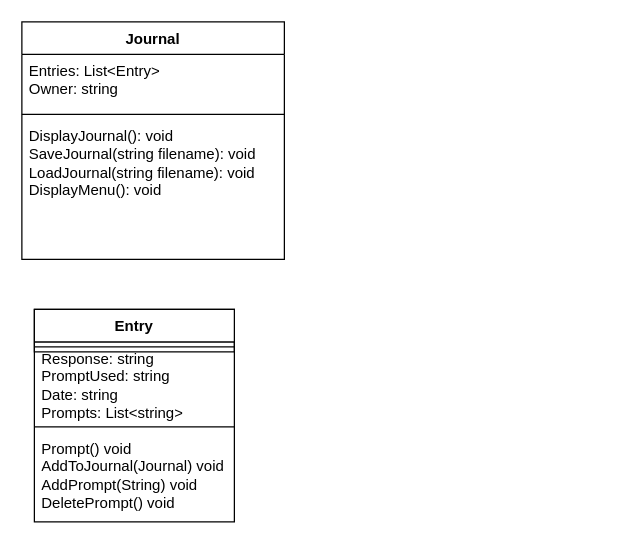
This is prove/Develop02/Journal.drawio from dcwatts007/cse210-projects, a draw.io file, before an edit. Source tidied: cells renumbered, new cells numbered last; positions are measured from the earlier drawing's top-left corner, leaving out a move shared by most shapes. Both pictures are drawn from the tidied source at 125%, with x=0, y=0 at pixel (21, 21).
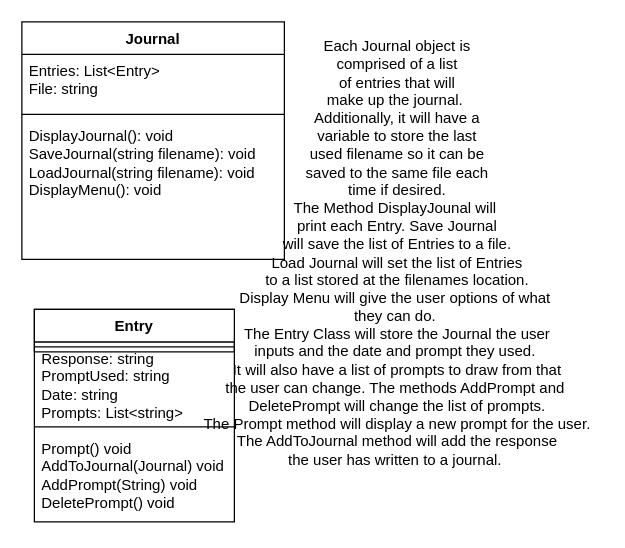
Above is the later version.

Change to the diagram source:
```diff
@@
 <mxGraphModel>
   <root>
     <mxCell id="0" />
     <mxCell id="1" parent="0" />
     <mxCell id="2" value="Classname" style="swimlane;fontStyle=1;align=center;verticalAlign=top;horizontal=1;startSize=26;whiteSpace=wrap;html=1;" parent="1" vertex="1">
       <mxGeometry x="10" y="230" width="160" height="170" as="geometry" />
     </mxCell>
     <mxCell id="3" value="Response: string&lt;br&gt;PromptUsed: string&lt;br&gt;Date: string&lt;br&gt;Prompts: List&amp;lt;string&amp;gt;" style="text;strokeColor=none;fillColor=none;align=left;verticalAlign=top;spacingLeft=4;spacingRight=4;overflow=hidden;whiteSpace=wrap;html=1;" parent="2" vertex="1">
       <mxGeometry y="26" width="160" height="64" as="geometry" />
     </mxCell>
     <mxCell id="4" style="line;strokeWidth=1;fillColor=none;align=left;verticalAlign=middle;spacingTop=-1;spacingLeft=3;spacingRight=3;labelPosition=right;strokeColor=inherit;" parent="2" vertex="1">
       <mxGeometry y="90" width="160" height="8" as="geometry" />
     </mxCell>
     <mxCell id="5" value="Prompt() void&lt;br&gt;AddToJournal(Journal) void&lt;br&gt;AddPrompt(String) void&lt;br&gt;DeletePrompt() void&lt;br&gt;" style="text;strokeColor=none;fillColor=none;align=left;verticalAlign=top;spacingLeft=4;spacingRight=4;overflow=hidden;whiteSpace=wrap;html=1;" parent="2" vertex="1">
       <mxGeometry y="98" width="160" height="72" as="geometry" />
     </mxCell>
     <mxCell id="6" value="Entry" style="swimlane;fontStyle=1;align=center;verticalAlign=top;horizontal=1;startSize=26;whiteSpace=wrap;html=1;" parent="1" vertex="1">
       <mxGeometry x="10" y="230" width="160" height="34" as="geometry" />
     </mxCell>
     <mxCell id="7" style="line;strokeWidth=1;fillColor=none;align=left;verticalAlign=middle;spacingTop=-1;spacingLeft=3;spacingRight=3;labelPosition=right;strokeColor=inherit;" parent="6" vertex="1">
       <mxGeometry y="26" width="160" height="8" as="geometry" />
     </mxCell>
     <mxCell id="8" value="Journal" style="swimlane;fontStyle=1;align=center;verticalAlign=top;horizontal=1;startSize=26;whiteSpace=wrap;html=1;" parent="1" vertex="1">
       <mxGeometry width="210" height="190" as="geometry" />
     </mxCell>
-    <mxCell id="9" value="Entries: List&amp;lt;Entry&amp;gt;&lt;br&gt;Owner: string" style="text;strokeColor=none;fillColor=none;align=left;verticalAlign=top;spacingLeft=4;spacingRight=4;overflow=hidden;whiteSpace=wrap;html=1;" parent="8" vertex="1">
+    <mxCell id="9" value="Entries: List&amp;lt;Entry&amp;gt;&lt;br&gt;File: string" style="text;strokeColor=none;fillColor=none;align=left;verticalAlign=top;spacingLeft=4;spacingRight=4;overflow=hidden;whiteSpace=wrap;html=1;" parent="8" vertex="1">
       <mxGeometry y="26" width="210" height="44" as="geometry" />
     </mxCell>
     <mxCell id="10" style="line;strokeWidth=1;fillColor=none;align=left;verticalAlign=middle;spacingTop=-1;spacingLeft=3;spacingRight=3;labelPosition=right;strokeColor=inherit;" parent="8" vertex="1">
       <mxGeometry y="70" width="210" height="8" as="geometry" />
     </mxCell>
     <mxCell id="11" value="DisplayJournal(): void&lt;br&gt;SaveJournal(string filename): void&lt;br&gt;LoadJournal(string filename): void&lt;br&gt;DisplayMenu(): void" style="text;strokeColor=none;fillColor=none;align=left;verticalAlign=top;spacingLeft=4;spacingRight=4;overflow=hidden;whiteSpace=wrap;html=1;" parent="8" vertex="1">
       <mxGeometry y="78" width="210" height="112" as="geometry" />
     </mxCell>
+    <mxCell id="12" value="Each Journal object is&lt;br&gt;comprised of a list&lt;br&gt;of entries that will&lt;br&gt;make up the journal.&amp;nbsp;&lt;br&gt;Additionally, it will have a&lt;br&gt;variable to store the last&lt;br&gt;used filename so it can be&lt;br&gt;saved to the same file each&lt;br&gt;time if desired.&lt;br&gt;The Method DisplayJounal will&amp;nbsp;&lt;br&gt;print each Entry. Save Journal&lt;br&gt;will save the list of Entries to a file.&lt;br&gt;Load Journal will set the list of Entries&lt;br&gt;to a list stored at the filenames location.&lt;br&gt;Display Menu will give the user options of what&amp;nbsp;&lt;br&gt;they can do.&amp;nbsp;&lt;br&gt;The Entry Class will store the Journal the user&lt;br&gt;inputs and the date and prompt they used.&amp;nbsp;&lt;br&gt;It will also have a list of prompts to draw from that&lt;br&gt;the user can change. The methods AddPrompt and&amp;nbsp;&lt;br&gt;DeletePrompt will change the list of prompts.&lt;br&gt;The Prompt method will display a new prompt for the user.&lt;br&gt;The AddToJournal method will add the response&lt;br&gt;the user has written to a journal.&amp;nbsp;" style="text;html=1;align=center;verticalAlign=middle;strokeColor=none;fillColor=none;" parent="1" vertex="1">
+      <mxGeometry x="135" y="5" width="330" height="360" as="geometry" />
+    </mxCell>
   </root>
 </mxGraphModel>
```
